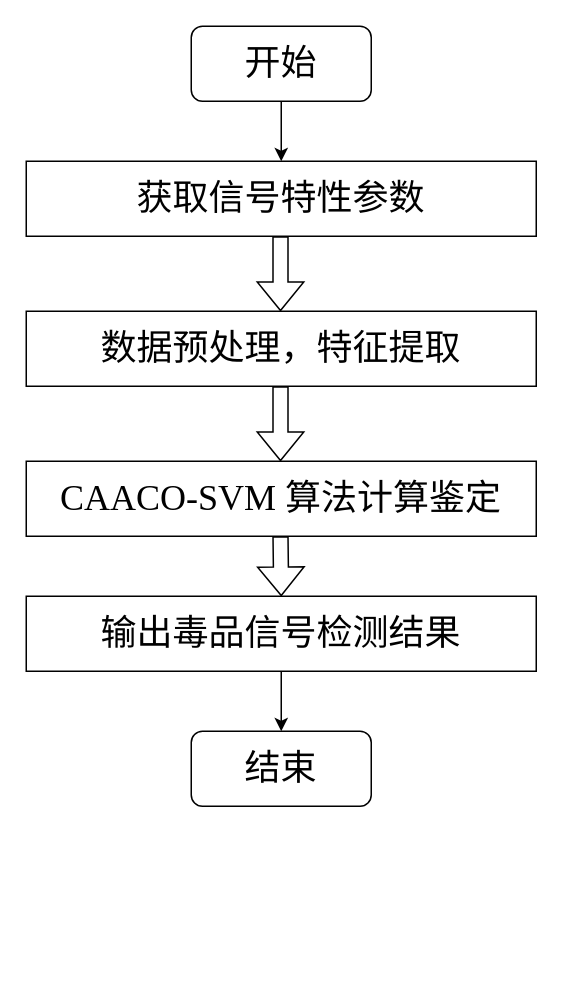
Earlier version of the draw.io diagram 算法流程2.drawio (AAYESLY/bishe-github). Source tidied: cells renumbered, new cells numbered last; positions are measured from the earlier drawing's top-left corner, leaving out a move shared by most shapes. Both pictures are drawn from the tidied source at 150%, with x=0, y=0 at pixel (26, 26).
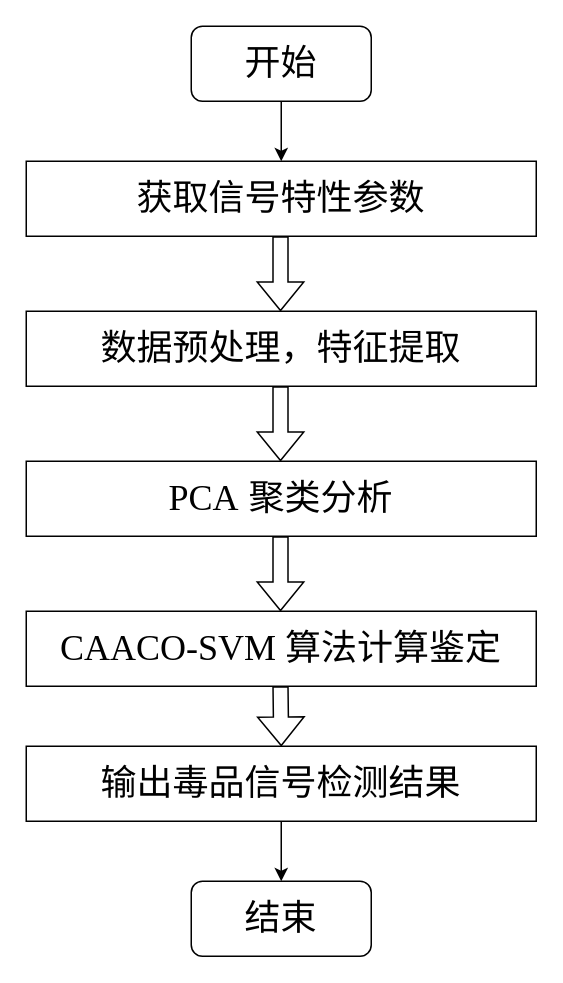
The same diagram, later.

Commit message:
更新算法流程2.drawio

Diff of the diagram source:
```diff
@@
 <mxGraphModel>
   <root>
     <mxCell id="0" />
     <mxCell id="1" parent="0" />
     <mxCell id="2" value="&lt;font face=&quot;宋体&quot;&gt;获取信号特性参数&lt;/font&gt;" style="rounded=0;whiteSpace=wrap;html=1;fontSize=24;fillColor=none;" parent="1" vertex="1">
       <mxGeometry y="90" width="340" height="50" as="geometry" />
     </mxCell>
     <mxCell id="3" value="&lt;font face=&quot;宋体&quot;&gt;数据预处理，特征提取&lt;/font&gt;" style="rounded=0;whiteSpace=wrap;html=1;fontSize=24;fillColor=none;" parent="1" vertex="1">
       <mxGeometry y="190" width="340" height="50" as="geometry" />
     </mxCell>
     <mxCell id="4" value="&lt;span style=&quot;font-family: &amp;quot;Times New Roman&amp;quot;, serif;&quot; lang=&quot;EN-US&quot;&gt;&lt;font style=&quot;font-size: 24px;&quot;&gt;CAACO-SVM&amp;nbsp;&lt;/font&gt;&lt;/span&gt;&lt;font face=&quot;宋体&quot;&gt;算法计算鉴定&lt;/font&gt;" style="rounded=0;whiteSpace=wrap;html=1;fontSize=24;fillColor=none;" parent="1" vertex="1">
-      <mxGeometry y="290" width="340" height="50" as="geometry" />
+      <mxGeometry y="390" width="340" height="50" as="geometry" />
     </mxCell>
     <mxCell id="5" value="&lt;font face=&quot;宋体&quot;&gt;输出毒品信号检测结果&lt;/font&gt;" style="rounded=0;whiteSpace=wrap;html=1;fontSize=24;fillColor=none;" parent="1" vertex="1">
-      <mxGeometry y="380" width="340" height="50" as="geometry" />
+      <mxGeometry y="480" width="340" height="50" as="geometry" />
     </mxCell>
     <mxCell id="6" style="shape=flexArrow;endArrow=classic;html=1;rounded=0;fontSize=24;exitX=0.5;exitY=1;exitDx=0;exitDy=0;" parent="1" edge="1">
       <mxGeometry relative="1" as="geometry">
         <mxPoint x="169.5" y="140" as="sourcePoint" />
         <mxPoint x="169.5" y="190" as="targetPoint" />
       </mxGeometry>
     </mxCell>
     <mxCell id="7" style="shape=flexArrow;endArrow=classic;html=1;rounded=0;fontSize=24;exitX=0.5;exitY=1;exitDx=0;exitDy=0;" parent="1" edge="1">
       <mxGeometry relative="1" as="geometry">
         <mxPoint x="169.5" y="240" as="sourcePoint" />
         <mxPoint x="169.5" y="290" as="targetPoint" />
       </mxGeometry>
     </mxCell>
     <mxCell id="8" style="shape=flexArrow;endArrow=classic;html=1;rounded=0;fontSize=24;exitX=0.5;exitY=1;exitDx=0;exitDy=0;" parent="1" edge="1">
       <mxGeometry relative="1" as="geometry">
-        <mxPoint x="169.5" y="340" as="sourcePoint" />
-        <mxPoint x="170" y="380" as="targetPoint" />
+        <mxPoint x="169.5" y="440" as="sourcePoint" />
+        <mxPoint x="170" y="480" as="targetPoint" />
       </mxGeometry>
     </mxCell>
     <mxCell id="9" value="&lt;font face=&quot;宋体&quot; style=&quot;font-size: 24px;&quot;&gt;开始&lt;/font&gt;" style="rounded=1;whiteSpace=wrap;html=1;fillColor=none;" parent="1" vertex="1">
       <mxGeometry x="110" width="120" height="50" as="geometry" />
     </mxCell>
     <mxCell id="10" style="endArrow=classic;html=1;rounded=0;fontSize=24;exitX=0.5;exitY=1;exitDx=0;exitDy=0;entryX=0.5;entryY=0;entryDx=0;entryDy=0;" parent="1" edge="1" source="9" target="2">
       <mxGeometry relative="1" as="geometry" />
     </mxCell>
     <mxCell id="11" value="&lt;font face=&quot;宋体&quot; style=&quot;font-size: 24px;&quot;&gt;结束&lt;/font&gt;" style="rounded=1;whiteSpace=wrap;html=1;fillColor=none;" parent="1" vertex="1">
-      <mxGeometry x="110" y="470" width="120" height="50" as="geometry" />
+      <mxGeometry x="110" y="570" width="120" height="50" as="geometry" />
     </mxCell>
     <mxCell id="12" style="endArrow=classic;html=1;rounded=0;fontSize=24;exitX=0.5;exitY=1;exitDx=0;exitDy=0;entryX=0.5;entryY=0;entryDx=0;entryDy=0;" parent="1" edge="1" source="5" target="11">
       <mxGeometry relative="1" as="geometry" />
     </mxCell>
+    <mxCell id="13" value="&lt;font face=&quot;Times New Roman&quot;&gt;PCA&lt;/font&gt;&lt;font face=&quot;宋体&quot;&gt; 聚类分析&lt;/font&gt;" style="rounded=0;whiteSpace=wrap;html=1;fontSize=24;fillColor=none;" parent="1" vertex="1">
+      <mxGeometry y="290" width="340" height="50" as="geometry" />
+    </mxCell>
+    <mxCell id="14" style="shape=flexArrow;endArrow=classic;html=1;rounded=0;fontSize=24;exitX=0.5;exitY=1;exitDx=0;exitDy=0;" parent="1" edge="1">
+      <mxGeometry relative="1" as="geometry">
+        <mxPoint x="169.5" y="340" as="sourcePoint" />
+        <mxPoint x="169.5" y="390" as="targetPoint" />
+      </mxGeometry>
+    </mxCell>
   </root>
 </mxGraphModel>
```
